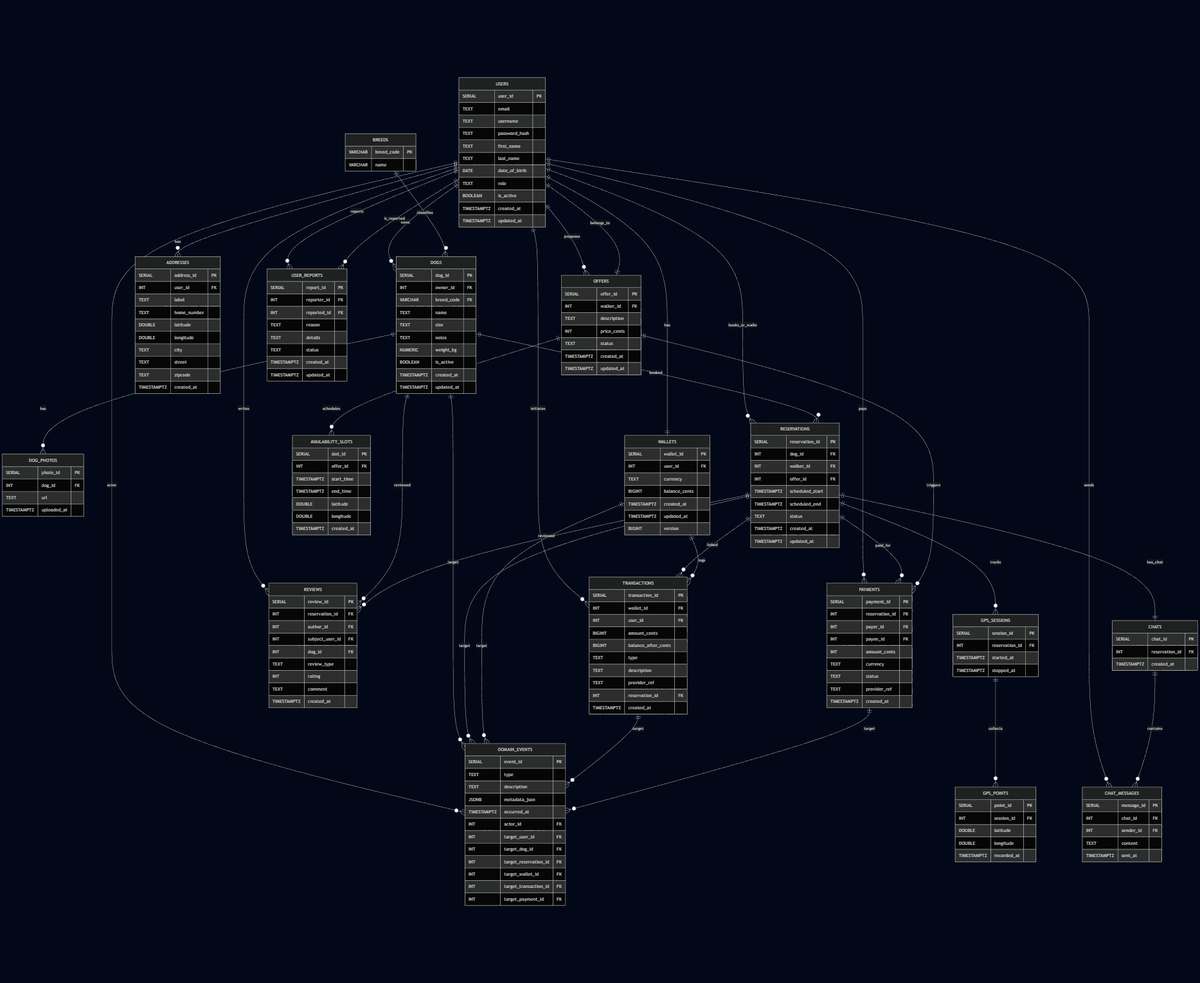
Above: docs/schema/er-diagram.png in PetGoSGGW/petgo-backend (Mermaid), before the change. Its source is kept beside it as docs/schema/er-diagram.mmd.
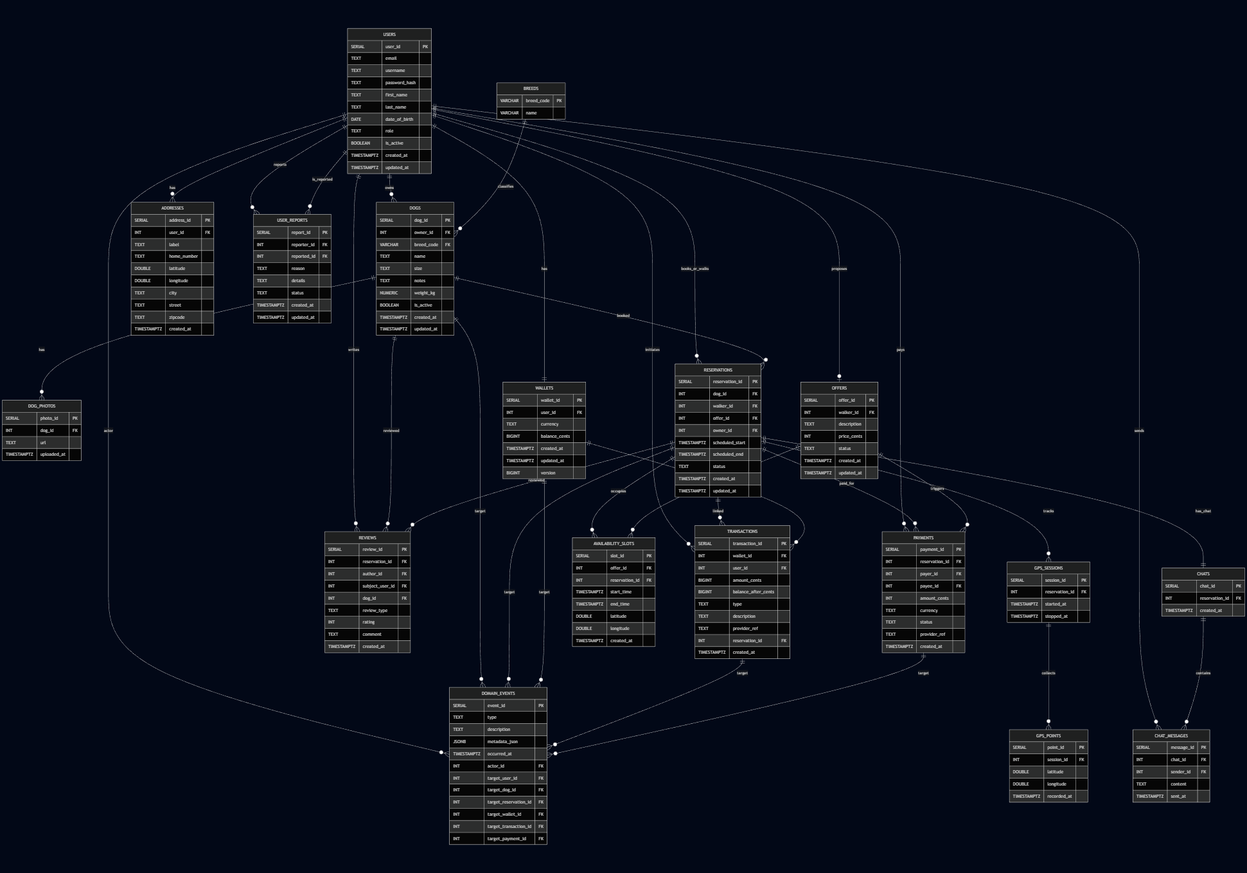
After the commit.

What changed in the source:
```diff
@@ -1,5 +1,4 @@
 erDiagram
-
     USERS {
         SERIAL user_id PK
         TEXT email
@@ -57,6 +56,7 @@
         INT dog_id FK
         INT walker_id FK
         INT offer_id FK
+        INT owner_id FK
         TIMESTAMPTZ scheduled_start
         TIMESTAMPTZ scheduled_end
         TEXT status
@@ -168,6 +168,7 @@
     AVAILABILITY_SLOTS {
         SERIAL slot_id PK
         INT offer_id FK
+        INT reservation_id FK
         TIMESTAMPTZ start_time
         TIMESTAMPTZ end_time
         DOUBLE latitude
@@ -189,7 +190,9 @@
     USERS ||--o{ DOGS : owns
     USERS ||--o{ ADDRESSES : has
     USERS ||--o{ RESERVATIONS : books_or_walks
-    USERS ||--o{ OFFERS : proposes
+
+    USERS ||--o| OFFERS : proposes
+
     USERS ||--o{ PAYMENTS : pays
     USERS ||--o{ REVIEWS : writes
     USERS ||--|| WALLETS : has
@@ -213,8 +216,9 @@
     RESERVATIONS ||--o{ GPS_SESSIONS : tracks
     RESERVATIONS ||--|| CHATS : has_chat
 
+    RESERVATIONS ||--o{ AVAILABILITY_SLOTS : occupies
+
     OFFERS ||--o{ AVAILABILITY_SLOTS : schedules
-    OFFERS ||--|| USERS : belongs_to
     OFFERS ||--o{ PAYMENTS : triggers
 
     WALLETS ||--o{ TRANSACTIONS : logs
```
